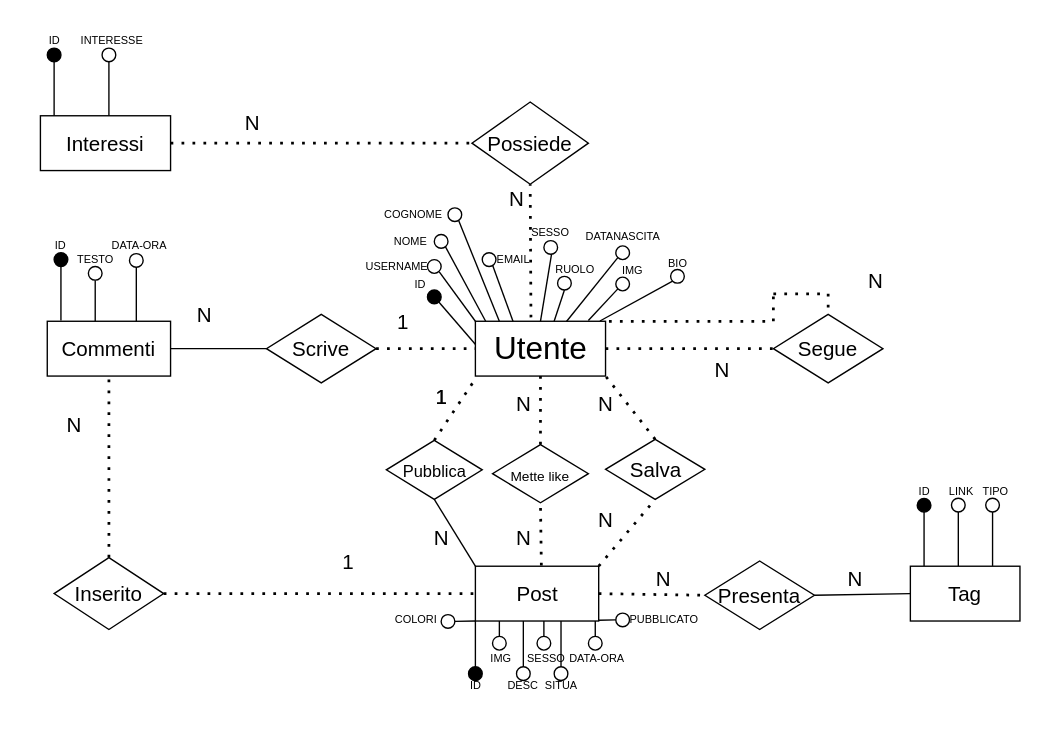
This is database/erDiagram.drawio from ddauny/hypebest, a draw.io file, before an edit. Source tidied: cells renumbered, new cells numbered last; positions are measured from the earlier drawing's top-left corner, leaving out a move shared by most shapes. Both pictures are drawn from the tidied source at 137%, with x=0, y=0 at pixel (22, 23).
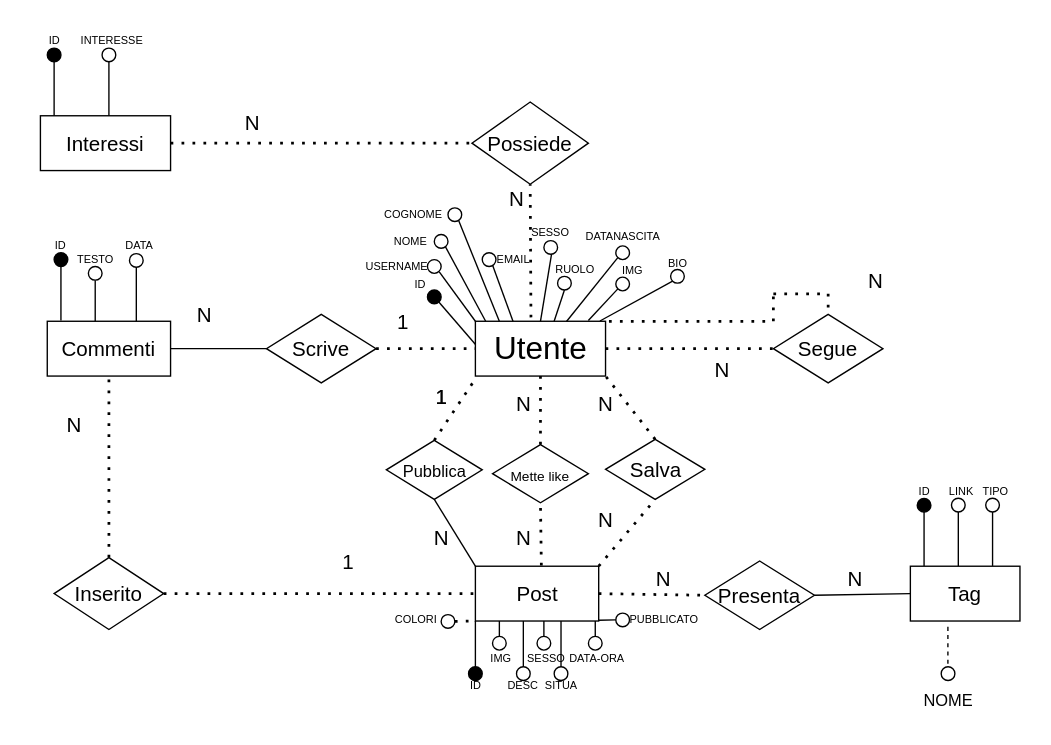
The same page after the edit.

The change refers to these unchanged cells:
```xml
<mxCell id="3" value="Post" style="rounded=0;whiteSpace=wrap;html=1;fontSize=15;" parent="1" vertex="1">
  <mxGeometry x="330.5" y="395.8" width="90" height="40" as="geometry" />
</mxCell>
<mxCell id="93" style="ellipse;whiteSpace=wrap;html=1;fillColor=#FFFFFF;" parent="1" vertex="1">
  <mxGeometry x="305.5" y="431.1" width="10" height="10" as="geometry" />
</mxCell>
```

The edit, as a diff of the source:
```diff
@@
-    <mxCell id="56" value="DATA-ORA" style="text;html=1;strokeColor=none;fillColor=none;align=center;verticalAlign=middle;whiteSpace=wrap;rounded=0;fontSize=8;" parent="1" vertex="1">
+    <mxCell id="56" value="DATA" style="text;html=1;strokeColor=none;fillColor=none;align=center;verticalAlign=middle;whiteSpace=wrap;rounded=0;fontSize=8;" parent="1" vertex="1">
       <mxGeometry x="63" y="149.8" width="45" height="24.4" as="geometry" />
     </mxCell>
@@
-    <mxCell id="91" style="endArrow=none;html=1;rounded=0;entryX=0;entryY=1;entryDx=0;entryDy=0;startArrow=none;" parent="1" edge="1" source="93" target="3">
-      <mxGeometry relative="1" as="geometry" />
-    </mxCell>
@@
+    <mxCell id="132" style="endArrow=none;dashed=1;html=1;rounded=0;" parent="1" edge="1">
+      <mxGeometry relative="1" as="geometry">
+        <mxPoint x="675.4" y="467" as="sourcePoint" />
+        <mxPoint x="675.4" y="437" as="targetPoint" />
+        <Array as="points">
+          <mxPoint x="675.4" y="457" />
+        </Array>
+      </mxGeometry>
+    </mxCell>
+    <mxCell id="133" style="ellipse;whiteSpace=wrap;html=1;fillColor=#FFFFFF;" parent="1" vertex="1">
+      <mxGeometry x="670.5" y="469.2" width="10" height="10" as="geometry" />
+    </mxCell>
+    <mxCell id="134" value="NOME" style="text;html=1;strokeColor=none;fillColor=none;align=center;verticalAlign=middle;whiteSpace=wrap;rounded=0;" parent="1" vertex="1">
+      <mxGeometry x="645.5" y="479.2" width="60" height="30" as="geometry" />
+    </mxCell>
+    <mxCell id="91" style="endArrow=none;dashed=1;html=1;dashPattern=1 3;strokeWidth=2;rounded=0;entryX=0;entryY=1;entryDx=0;entryDy=0;exitX=1;exitY=0.5;exitDx=0;exitDy=0;" parent="1" edge="1" source="93" target="3">
+      <mxGeometry relative="1" as="geometry" />
+    </mxCell>
```
